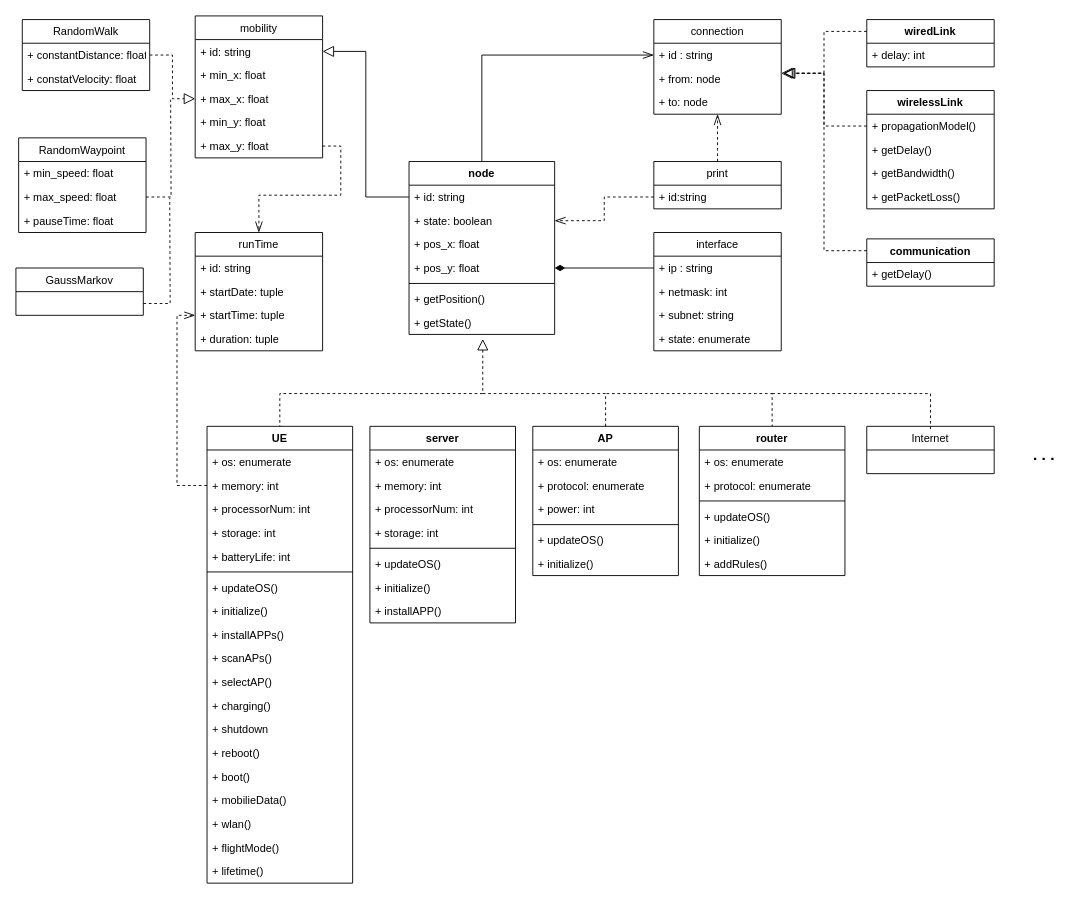
Above: page "描述语言类图" (1 of 2) of 描述语言UML类图.drawio in Icarus1994/neutron_conf (draw.io), before the change. Source tidied: cells renumbered, new cells numbered last; positions are measured from the earlier drawing's top-left corner, leaving out a move shared by most shapes. Both pictures are drawn from the tidied source at 91%, with x=0, y=0 at pixel (15, 15).
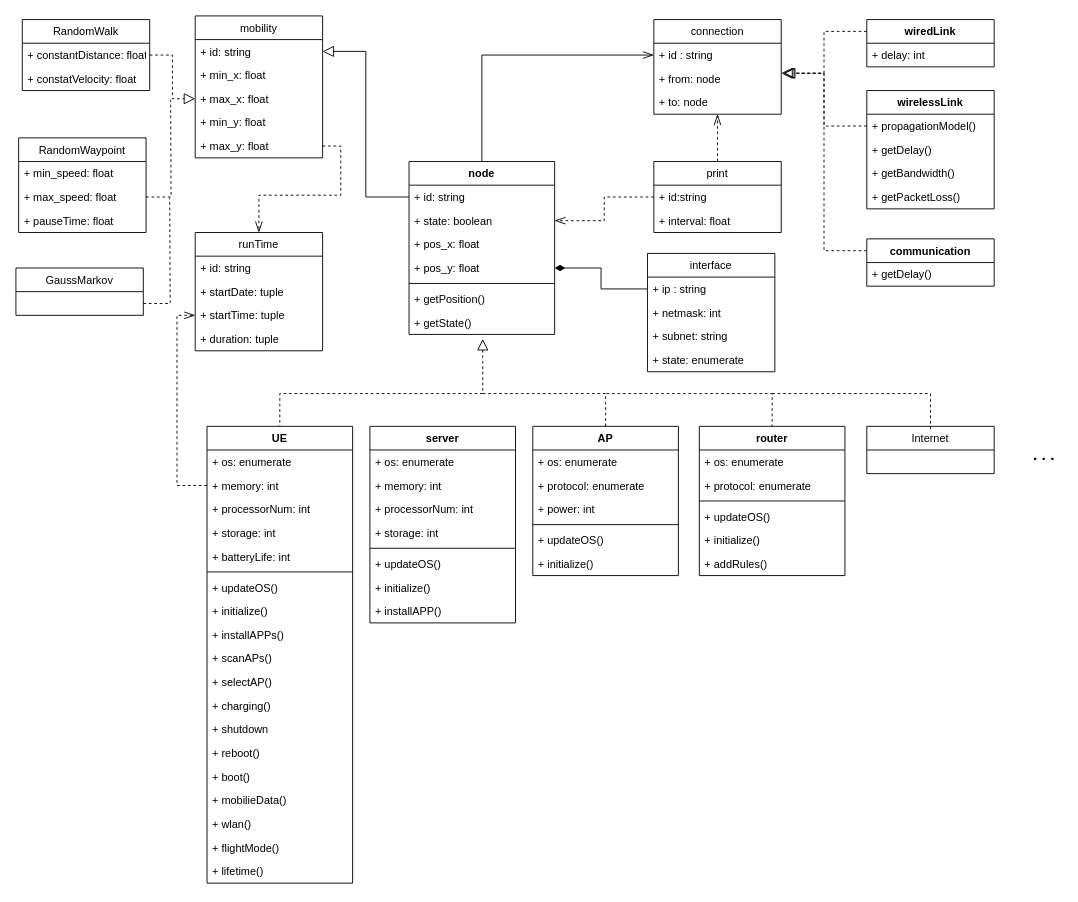
The same page after the edit.

Diff of the diagram source:
```diff
@@
     <mxCell id="17" value="interface" style="swimlane;fontStyle=0;horizontal=1;startSize=26;fillColor=none;" parent="1" vertex="1">
-      <mxGeometry x="701" y="238" width="140" height="130" as="geometry" />
+      <mxGeometry x="694" y="261" width="140" height="130" as="geometry" />
     </mxCell>
@@
     <mxCell id="79" value="print" style="swimlane;fontStyle=0;horizontal=1;startSize=26;fillColor=none;" parent="1" vertex="1">
-      <mxGeometry x="701" y="160" width="140" height="52" as="geometry" />
+      <mxGeometry x="701" y="160" width="140" height="78" as="geometry" />
     </mxCell>
@@
+    <mxCell id="111" value="+ interval: float" style="text;strokeColor=none;fillColor=none;align=left;verticalAlign=top;spacingLeft=4;spacingRight=4;overflow=hidden;" parent="79" vertex="1">
+      <mxGeometry y="52" width="140" height="26" as="geometry" />
+    </mxCell>
```
